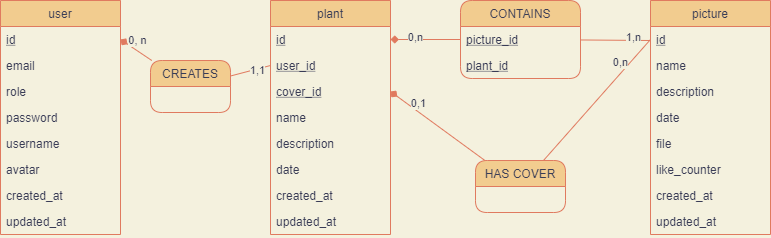
Before: doc/bdd/mld.drawio.png, a diagram exported from draw.io (clemence-ctt/lettuce-seed). Source tidied: cells renumbered, new cells last; positions are measured from the earlier drawing's top-left corner, leaving out a move shared by most shapes. The source it was exported from:
```xml
<mxGraphModel background="#F4F1DE">
  <root>
    <mxCell id="0" />
    <mxCell id="1" parent="0" />
    <mxCell id="2" value="user" style="swimlane;fontStyle=0;horizontal=1;startSize=26;fillColor=#F2CC8F;strokeColor=#E07A5F;fontColor=#393C56;" parent="1" vertex="1">
      <mxGeometry width="120" height="234" as="geometry" />
    </mxCell>
    <mxCell id="3" value="id" style="text;strokeColor=none;align=left;verticalAlign=top;spacingLeft=4;spacingRight=4;overflow=hidden;points=[[0,0.5],[1,0.5]];portConstraint=eastwest;fontStyle=4;fontColor=#393C56;" parent="2" vertex="1">
      <mxGeometry y="26" width="120" height="26" as="geometry" />
    </mxCell>
    <mxCell id="4" value="email" style="text;strokeColor=none;align=left;verticalAlign=top;spacingLeft=4;spacingRight=4;overflow=hidden;fontColor=#393C56;" parent="2" vertex="1">
      <mxGeometry y="52" width="120" height="26" as="geometry" />
    </mxCell>
    <mxCell id="5" value="role" style="text;strokeColor=none;align=left;verticalAlign=top;spacingLeft=4;spacingRight=4;overflow=hidden;fontColor=#393C56;" parent="2" vertex="1">
      <mxGeometry y="78" width="120" height="26" as="geometry" />
    </mxCell>
    <mxCell id="6" value="password" style="text;strokeColor=none;align=left;verticalAlign=top;spacingLeft=4;spacingRight=4;overflow=hidden;fontColor=#393C56;" parent="2" vertex="1">
      <mxGeometry y="104" width="120" height="26" as="geometry" />
    </mxCell>
    <mxCell id="7" value="username" style="text;strokeColor=none;align=left;verticalAlign=top;spacingLeft=4;spacingRight=4;overflow=hidden;fontColor=#393C56;" parent="2" vertex="1">
      <mxGeometry y="130" width="120" height="26" as="geometry" />
    </mxCell>
    <mxCell id="8" value="avatar" style="text;strokeColor=none;align=left;verticalAlign=top;spacingLeft=4;spacingRight=4;overflow=hidden;fontColor=#393C56;" parent="2" vertex="1">
      <mxGeometry y="156" width="120" height="26" as="geometry" />
    </mxCell>
    <mxCell id="9" value="created_at" style="text;strokeColor=none;align=left;verticalAlign=top;spacingLeft=4;spacingRight=4;overflow=hidden;fontColor=#393C56;" parent="2" vertex="1">
      <mxGeometry y="182" width="120" height="26" as="geometry" />
    </mxCell>
    <mxCell id="10" value="updated_at" style="text;strokeColor=none;align=left;verticalAlign=top;spacingLeft=4;spacingRight=4;overflow=hidden;fontColor=#393C56;" parent="2" vertex="1">
      <mxGeometry y="208" width="120" height="26" as="geometry" />
    </mxCell>
    <mxCell id="11" value="picture" style="swimlane;fontStyle=0;horizontal=1;startSize=26;fillColor=#F2CC8F;strokeColor=#E07A5F;fontColor=#393C56;" parent="1" vertex="1">
      <mxGeometry x="650" width="120" height="234" as="geometry" />
    </mxCell>
    <mxCell id="12" value="id" style="text;strokeColor=none;align=left;verticalAlign=top;spacingLeft=4;spacingRight=4;overflow=hidden;points=[[0,0.5],[1,0.5]];portConstraint=eastwest;fontStyle=4;fontColor=#393C56;" parent="11" vertex="1">
      <mxGeometry y="26" width="120" height="26" as="geometry" />
    </mxCell>
    <mxCell id="13" value="name" style="text;strokeColor=none;align=left;verticalAlign=top;spacingLeft=4;spacingRight=4;overflow=hidden;fontColor=#393C56;" parent="11" vertex="1">
      <mxGeometry y="52" width="120" height="26" as="geometry" />
    </mxCell>
    <mxCell id="14" value="description" style="text;strokeColor=none;align=left;verticalAlign=top;spacingLeft=4;spacingRight=4;overflow=hidden;fontColor=#393C56;" parent="11" vertex="1">
      <mxGeometry y="78" width="120" height="26" as="geometry" />
    </mxCell>
    <mxCell id="15" value="date" style="text;strokeColor=none;align=left;verticalAlign=top;spacingLeft=4;spacingRight=4;overflow=hidden;fontColor=#393C56;" parent="11" vertex="1">
      <mxGeometry y="104" width="120" height="26" as="geometry" />
    </mxCell>
    <mxCell id="16" value="file" style="text;strokeColor=none;align=left;verticalAlign=top;spacingLeft=4;spacingRight=4;overflow=hidden;fontColor=#393C56;" parent="11" vertex="1">
      <mxGeometry y="130" width="120" height="26" as="geometry" />
    </mxCell>
    <mxCell id="17" value="like_counter" style="text;strokeColor=none;align=left;verticalAlign=top;spacingLeft=4;spacingRight=4;overflow=hidden;fontColor=#393C56;" parent="11" vertex="1">
      <mxGeometry y="156" width="120" height="26" as="geometry" />
    </mxCell>
    <mxCell id="18" value="created_at" style="text;strokeColor=none;align=left;verticalAlign=top;spacingLeft=4;spacingRight=4;overflow=hidden;fontColor=#393C56;" parent="11" vertex="1">
      <mxGeometry y="182" width="120" height="26" as="geometry" />
    </mxCell>
    <mxCell id="19" value="updated_at" style="text;strokeColor=none;align=left;verticalAlign=top;spacingLeft=4;spacingRight=4;overflow=hidden;fontColor=#393C56;" parent="11" vertex="1">
      <mxGeometry y="208" width="120" height="26" as="geometry" />
    </mxCell>
    <mxCell id="20" style="endArrow=none;html=1;rounded=1;startArrow=diamond;startFill=1;exitX=1;exitY=0.5;exitDx=0;exitDy=0;labelBackgroundColor=#F4F1DE;strokeColor=#E07A5F;fontColor=#393C56;" parent="1" edge="1" source="3" target="45">
      <mxGeometry relative="1" as="geometry" />
    </mxCell>
    <mxCell id="21" value="0, n" style="edgeLabel;html=1;align=center;verticalAlign=middle;labelBackgroundColor=#F4F1DE;fontColor=#393C56;" parent="20" vertex="1">
      <mxGeometry x="-0.78" y="2" relative="1" as="geometry">
        <mxPoint x="12" as="offset" />
      </mxGeometry>
    </mxCell>
    <mxCell id="22" value="plant" style="swimlane;fontStyle=0;horizontal=1;startSize=26;fillColor=#F2CC8F;strokeColor=#E07A5F;fontColor=#393C56;" parent="1" vertex="1">
      <mxGeometry x="270" width="120" height="234" as="geometry" />
    </mxCell>
    <mxCell id="23" value="id" style="text;strokeColor=none;align=left;verticalAlign=top;spacingLeft=4;spacingRight=4;overflow=hidden;points=[[0,0.5],[1,0.5]];portConstraint=eastwest;fontStyle=4;fontColor=#393C56;" parent="22" vertex="1">
      <mxGeometry y="26" width="120" height="26" as="geometry" />
    </mxCell>
    <mxCell id="24" value="user_id" style="text;strokeColor=none;align=left;verticalAlign=top;spacingLeft=4;spacingRight=4;overflow=hidden;points=[[0,0.5],[1,0.5]];portConstraint=eastwest;fontStyle=4;fontColor=#393C56;" parent="22" vertex="1">
      <mxGeometry y="52" width="120" height="26" as="geometry" />
    </mxCell>
    <mxCell id="25" value="cover_id" style="text;strokeColor=none;align=left;verticalAlign=top;spacingLeft=4;spacingRight=4;overflow=hidden;points=[[0,0.5],[1,0.5]];portConstraint=eastwest;fontStyle=4;fontColor=#393C56;" parent="22" vertex="1">
      <mxGeometry y="78" width="120" height="26" as="geometry" />
    </mxCell>
    <mxCell id="26" value="name" style="text;strokeColor=none;align=left;verticalAlign=top;spacingLeft=4;spacingRight=4;overflow=hidden;fontColor=#393C56;" parent="22" vertex="1">
      <mxGeometry y="104" width="120" height="26" as="geometry" />
    </mxCell>
    <mxCell id="27" value="description" style="text;strokeColor=none;align=left;verticalAlign=top;spacingLeft=4;spacingRight=4;overflow=hidden;fontColor=#393C56;" parent="22" vertex="1">
      <mxGeometry y="130" width="120" height="26" as="geometry" />
    </mxCell>
    <mxCell id="28" value="date" style="text;strokeColor=none;align=left;verticalAlign=top;spacingLeft=4;spacingRight=4;overflow=hidden;fontColor=#393C56;" parent="22" vertex="1">
      <mxGeometry y="156" width="120" height="26" as="geometry" />
    </mxCell>
    <mxCell id="29" value="created_at" style="text;strokeColor=none;align=left;verticalAlign=top;spacingLeft=4;spacingRight=4;overflow=hidden;fontColor=#393C56;" parent="22" vertex="1">
      <mxGeometry y="182" width="120" height="26" as="geometry" />
    </mxCell>
    <mxCell id="30" value="updated_at" style="text;strokeColor=none;align=left;verticalAlign=top;spacingLeft=4;spacingRight=4;overflow=hidden;fontColor=#393C56;" parent="22" vertex="1">
      <mxGeometry y="208" width="120" height="26" as="geometry" />
    </mxCell>
    <mxCell id="31" style="endArrow=none;html=1;startArrow=diamond;startFill=1;endFill=0;exitX=1;exitY=0.5;exitDx=0;exitDy=0;labelBackgroundColor=#F4F1DE;strokeColor=#E07A5F;fontColor=#393C56;" parent="1" edge="1" source="23" target="35">
      <mxGeometry relative="1" as="geometry" />
    </mxCell>
    <mxCell id="32" value="0,n" style="edgeLabel;html=1;align=center;verticalAlign=middle;labelBackgroundColor=#F4F1DE;fontColor=#393C56;" parent="31" vertex="1">
      <mxGeometry x="-0.71" relative="1" as="geometry">
        <mxPoint x="14" y="-3" as="offset" />
      </mxGeometry>
    </mxCell>
    <mxCell id="33" style="endArrow=diamond;html=1;startArrow=none;startFill=0;endFill=1;entryX=1;entryY=0.5;entryDx=0;entryDy=0;labelBackgroundColor=#F4F1DE;strokeColor=#E07A5F;fontColor=#393C56;" parent="1" edge="1" source="38" target="25">
      <mxGeometry relative="1" as="geometry" />
    </mxCell>
    <mxCell id="34" value="0,1" style="edgeLabel;html=1;align=center;verticalAlign=middle;labelBackgroundColor=#F4F1DE;fontColor=#393C56;" parent="33" vertex="1">
      <mxGeometry x="0.7" y="-2" relative="1" as="geometry">
        <mxPoint x="13" y="3" as="offset" />
      </mxGeometry>
    </mxCell>
    <mxCell id="35" value="CONTAINS" style="swimlane;fontStyle=0;horizontal=1;startSize=26;glass=0;rounded=1;fillColor=#F2CC8F;strokeColor=#E07A5F;fontColor=#393C56;" parent="1" vertex="1">
      <mxGeometry x="460" width="120" height="78" as="geometry" />
    </mxCell>
    <mxCell id="36" value="picture_id" style="text;strokeColor=none;align=left;verticalAlign=top;spacingLeft=4;spacingRight=4;overflow=hidden;fontStyle=4;fontColor=#393C56;" parent="35" vertex="1">
      <mxGeometry y="26" width="120" height="26" as="geometry" />
    </mxCell>
    <mxCell id="37" value="plant_id" style="text;align=left;verticalAlign=top;spacingLeft=4;spacingRight=4;overflow=hidden;fontStyle=4;rounded=1;strokeWidth=0;fontColor=#393C56;" parent="35" vertex="1">
      <mxGeometry y="52" width="120" height="26" as="geometry" />
    </mxCell>
    <mxCell id="38" value="HAS COVER" style="swimlane;fontStyle=0;horizontal=1;startSize=26;glass=0;rounded=1;fillColor=#F2CC8F;strokeColor=#E07A5F;fontColor=#393C56;" parent="1" vertex="1">
      <mxGeometry x="475" y="160" width="90" height="52" as="geometry" />
    </mxCell>
    <mxCell id="39" style="endArrow=none;html=1;startArrow=none;startFill=0;endFill=0;entryX=0;entryY=0.5;entryDx=0;entryDy=0;labelBackgroundColor=#F4F1DE;strokeColor=#E07A5F;fontColor=#393C56;" parent="1" edge="1" source="38" target="12">
      <mxGeometry relative="1" as="geometry" />
    </mxCell>
    <mxCell id="40" value="0,n" style="edgeLabel;html=1;align=center;verticalAlign=middle;labelBackgroundColor=#F4F1DE;fontColor=#393C56;" parent="39" vertex="1">
      <mxGeometry x="0.76" y="4" relative="1" as="geometry">
        <mxPoint x="-15" y="11" as="offset" />
      </mxGeometry>
    </mxCell>
    <mxCell id="41" style="endArrow=none;html=1;startArrow=none;startFill=0;endFill=0;labelBackgroundColor=#F4F1DE;strokeColor=#E07A5F;fontColor=#393C56;" parent="1" edge="1" source="35">
      <mxGeometry relative="1" as="geometry">
        <mxPoint x="650" y="40" as="targetPoint" />
      </mxGeometry>
    </mxCell>
    <mxCell id="42" value="1,n" style="edgeLabel;html=1;align=center;verticalAlign=middle;labelBackgroundColor=#F4F1DE;fontColor=#393C56;" parent="41" vertex="1">
      <mxGeometry x="0.48" y="3" relative="1" as="geometry" />
    </mxCell>
    <mxCell id="43" style="rounded=0;jettySize=auto;html=1;startArrow=none;startFill=0;endArrow=none;endFill=0;entryX=0;entryY=0.5;entryDx=0;entryDy=0;labelBackgroundColor=#F4F1DE;strokeColor=#E07A5F;fontColor=#393C56;" parent="1" edge="1" source="45" target="24">
      <mxGeometry relative="1" as="geometry" />
    </mxCell>
    <mxCell id="44" value="1,1" style="edgeLabel;html=1;align=center;verticalAlign=middle;labelBackgroundColor=#F4F1DE;fontColor=#393C56;" parent="43" vertex="1">
      <mxGeometry x="0.31" y="-1" relative="1" as="geometry" />
    </mxCell>
    <mxCell id="45" value="CREATES" style="swimlane;fontStyle=0;horizontal=1;startSize=26;fillColor=#F2CC8F;glass=0;rounded=1;strokeColor=#E07A5F;fontColor=#393C56;" parent="1" vertex="1">
      <mxGeometry x="150" y="60" width="80" height="52" as="geometry" />
    </mxCell>
    <mxCell id="46" style="edgeStyle=none;rounded=0;orthogonalLoop=1;jettySize=auto;html=1;exitX=0.5;exitY=0;exitDx=0;exitDy=0;fontColor=#393C56;startArrow=none;startFill=0;endArrow=none;endFill=0;labelBackgroundColor=#F4F1DE;strokeColor=#E07A5F;" parent="1" edge="1" source="35" target="35">
      <mxGeometry relative="1" as="geometry" />
    </mxCell>
  </root>
</mxGraphModel>
```
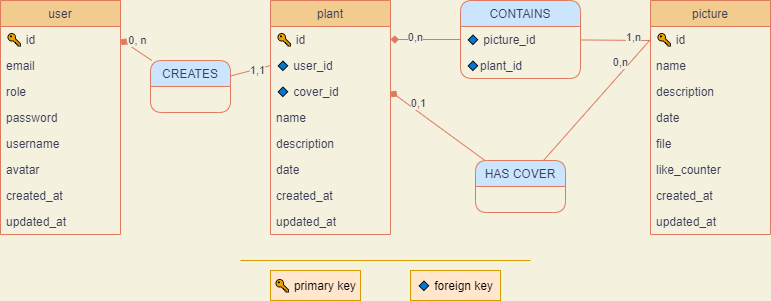
Above is the later version.

Diff of the diagram source:
```diff
@@ -5,7 +5,7 @@
     <mxCell id="2" value="user" style="swimlane;fontStyle=0;horizontal=1;startSize=26;fillColor=#F2CC8F;strokeColor=#E07A5F;fontColor=#393C56;" parent="1" vertex="1">
       <mxGeometry width="120" height="234" as="geometry" />
     </mxCell>
-    <mxCell id="3" value="id" style="text;strokeColor=none;align=left;verticalAlign=top;spacingLeft=4;spacingRight=4;overflow=hidden;points=[[0,0.5],[1,0.5]];portConstraint=eastwest;fontStyle=4;fontColor=#393C56;" parent="2" vertex="1">
+    <mxCell id="3" value="🔑 id" style="text;strokeColor=none;align=left;verticalAlign=top;spacingLeft=4;spacingRight=4;overflow=hidden;points=[[0,0.5],[1,0.5]];portConstraint=eastwest;fontStyle=0;fontColor=#393C56;" parent="2" vertex="1">
       <mxGeometry y="26" width="120" height="26" as="geometry" />
     </mxCell>
     <mxCell id="4" value="email" style="text;strokeColor=none;align=left;verticalAlign=top;spacingLeft=4;spacingRight=4;overflow=hidden;fontColor=#393C56;" parent="2" vertex="1">
@@ -32,7 +32,7 @@
     <mxCell id="11" value="picture" style="swimlane;fontStyle=0;horizontal=1;startSize=26;fillColor=#F2CC8F;strokeColor=#E07A5F;fontColor=#393C56;" parent="1" vertex="1">
       <mxGeometry x="650" width="120" height="234" as="geometry" />
     </mxCell>
-    <mxCell id="12" value="id" style="text;strokeColor=none;align=left;verticalAlign=top;spacingLeft=4;spacingRight=4;overflow=hidden;points=[[0,0.5],[1,0.5]];portConstraint=eastwest;fontStyle=4;fontColor=#393C56;" parent="11" vertex="1">
+    <mxCell id="12" value="🔑 id" style="text;strokeColor=none;align=left;verticalAlign=top;spacingLeft=4;spacingRight=4;overflow=hidden;points=[[0,0.5],[1,0.5]];portConstraint=eastwest;fontStyle=0;fontColor=#393C56;" parent="11" vertex="1">
       <mxGeometry y="26" width="120" height="26" as="geometry" />
     </mxCell>
     <mxCell id="13" value="name" style="text;strokeColor=none;align=left;verticalAlign=top;spacingLeft=4;spacingRight=4;overflow=hidden;fontColor=#393C56;" parent="11" vertex="1">
@@ -67,13 +67,13 @@
     <mxCell id="22" value="plant" style="swimlane;fontStyle=0;horizontal=1;startSize=26;fillColor=#F2CC8F;strokeColor=#E07A5F;fontColor=#393C56;" parent="1" vertex="1">
       <mxGeometry x="270" width="120" height="234" as="geometry" />
     </mxCell>
-    <mxCell id="23" value="id" style="text;strokeColor=none;align=left;verticalAlign=top;spacingLeft=4;spacingRight=4;overflow=hidden;points=[[0,0.5],[1,0.5]];portConstraint=eastwest;fontStyle=4;fontColor=#393C56;" parent="22" vertex="1">
+    <mxCell id="23" value="🔑 id" style="text;strokeColor=none;align=left;verticalAlign=top;spacingLeft=4;spacingRight=4;overflow=hidden;points=[[0,0.5],[1,0.5]];portConstraint=eastwest;fontStyle=0;fontColor=#393C56;" parent="22" vertex="1">
       <mxGeometry y="26" width="120" height="26" as="geometry" />
     </mxCell>
-    <mxCell id="24" value="user_id" style="text;strokeColor=none;align=left;verticalAlign=top;spacingLeft=4;spacingRight=4;overflow=hidden;points=[[0,0.5],[1,0.5]];portConstraint=eastwest;fontStyle=4;fontColor=#393C56;" parent="22" vertex="1">
+    <mxCell id="24" value="🔹 user_id" style="text;strokeColor=none;align=left;verticalAlign=top;spacingLeft=4;spacingRight=4;overflow=hidden;points=[[0,0.5],[1,0.5]];portConstraint=eastwest;fontStyle=0;fontColor=#393C56;" parent="22" vertex="1">
       <mxGeometry y="52" width="120" height="26" as="geometry" />
     </mxCell>
-    <mxCell id="25" value="cover_id" style="text;strokeColor=none;align=left;verticalAlign=top;spacingLeft=4;spacingRight=4;overflow=hidden;points=[[0,0.5],[1,0.5]];portConstraint=eastwest;fontStyle=4;fontColor=#393C56;" parent="22" vertex="1">
+    <mxCell id="25" value="🔹 cover_id" style="text;strokeColor=none;align=left;verticalAlign=top;spacingLeft=4;spacingRight=4;overflow=hidden;points=[[0,0.5],[1,0.5]];portConstraint=eastwest;fontStyle=0;fontColor=#393C56;" parent="22" vertex="1">
       <mxGeometry y="78" width="120" height="26" as="geometry" />
     </mxCell>
     <mxCell id="26" value="name" style="text;strokeColor=none;align=left;verticalAlign=top;spacingLeft=4;spacingRight=4;overflow=hidden;fontColor=#393C56;" parent="22" vertex="1">
@@ -107,16 +107,16 @@
         <mxPoint x="13" y="3" as="offset" />
       </mxGeometry>
     </mxCell>
-    <mxCell id="35" value="CONTAINS" style="swimlane;fontStyle=0;horizontal=1;startSize=26;glass=0;rounded=1;fillColor=#F2CC8F;strokeColor=#E07A5F;fontColor=#393C56;" parent="1" vertex="1">
+    <mxCell id="35" value="CONTAINS" style="swimlane;fontStyle=0;horizontal=1;startSize=26;glass=0;rounded=1;strokeColor=#E07A5F;fontColor=#393C56;fillColor=#CCE5FF;" parent="1" vertex="1">
       <mxGeometry x="460" width="120" height="78" as="geometry" />
     </mxCell>
-    <mxCell id="36" value="picture_id" style="text;strokeColor=none;align=left;verticalAlign=top;spacingLeft=4;spacingRight=4;overflow=hidden;fontStyle=4;fontColor=#393C56;" parent="35" vertex="1">
+    <mxCell id="36" value="🔹 picture_id" style="text;strokeColor=none;align=left;verticalAlign=top;spacingLeft=4;spacingRight=4;overflow=hidden;fontStyle=0;fontColor=#393C56;" parent="35" vertex="1">
       <mxGeometry y="26" width="120" height="26" as="geometry" />
     </mxCell>
-    <mxCell id="37" value="plant_id" style="text;align=left;verticalAlign=top;spacingLeft=4;spacingRight=4;overflow=hidden;fontStyle=4;rounded=1;strokeWidth=0;fontColor=#393C56;" parent="35" vertex="1">
+    <mxCell id="37" value="🔹plant_id" style="text;align=left;verticalAlign=top;spacingLeft=4;spacingRight=4;overflow=hidden;fontStyle=0;rounded=1;strokeWidth=0;fontColor=#393C56;" parent="35" vertex="1">
       <mxGeometry y="52" width="120" height="26" as="geometry" />
     </mxCell>
-    <mxCell id="38" value="HAS COVER" style="swimlane;fontStyle=0;horizontal=1;startSize=26;glass=0;rounded=1;fillColor=#F2CC8F;strokeColor=#E07A5F;fontColor=#393C56;" parent="1" vertex="1">
+    <mxCell id="38" value="HAS COVER" style="swimlane;fontStyle=0;horizontal=1;startSize=26;glass=0;rounded=1;strokeColor=#E07A5F;fontColor=#393C56;fillColor=#CCE5FF;" parent="1" vertex="1">
       <mxGeometry x="475" y="160" width="90" height="52" as="geometry" />
     </mxCell>
     <mxCell id="39" style="endArrow=none;html=1;startArrow=none;startFill=0;endFill=0;entryX=0;entryY=0.5;entryDx=0;entryDy=0;labelBackgroundColor=#F4F1DE;strokeColor=#E07A5F;fontColor=#393C56;" parent="1" edge="1" source="38" target="12">
@@ -141,11 +141,23 @@
     <mxCell id="44" value="1,1" style="edgeLabel;html=1;align=center;verticalAlign=middle;labelBackgroundColor=#F4F1DE;fontColor=#393C56;" parent="43" vertex="1">
       <mxGeometry x="0.31" y="-1" relative="1" as="geometry" />
     </mxCell>
-    <mxCell id="45" value="CREATES" style="swimlane;fontStyle=0;horizontal=1;startSize=26;fillColor=#F2CC8F;glass=0;rounded=1;strokeColor=#E07A5F;fontColor=#393C56;" parent="1" vertex="1">
+    <mxCell id="45" value="CREATES" style="swimlane;fontStyle=0;horizontal=1;startSize=26;glass=0;rounded=1;strokeColor=#E07A5F;fontColor=#393C56;fillColor=#CCE5FF;" parent="1" vertex="1">
       <mxGeometry x="150" y="60" width="80" height="52" as="geometry" />
     </mxCell>
     <mxCell id="46" style="edgeStyle=none;rounded=0;orthogonalLoop=1;jettySize=auto;html=1;exitX=0.5;exitY=0;exitDx=0;exitDy=0;fontColor=#393C56;startArrow=none;startFill=0;endArrow=none;endFill=0;labelBackgroundColor=#F4F1DE;strokeColor=#E07A5F;" parent="1" edge="1" source="35" target="35">
       <mxGeometry relative="1" as="geometry" />
     </mxCell>
+    <mxCell id="47" value="🔹 foreign key" style="text;html=1;fillColor=#ffe6cc;align=center;verticalAlign=middle;whiteSpace=wrap;rounded=0;strokeColor=#d79b00;" parent="1" vertex="1">
+      <mxGeometry x="410" y="270" width="90" height="30" as="geometry" />
+    </mxCell>
+    <mxCell id="48" value="🔑 primary key" style="text;html=1;fillColor=#ffe6cc;align=center;verticalAlign=middle;whiteSpace=wrap;rounded=0;strokeColor=#d79b00;" parent="1" vertex="1">
+      <mxGeometry x="270" y="270" width="90" height="30" as="geometry" />
+    </mxCell>
+    <mxCell id="49" style="endArrow=none;html=1;fillColor=#ffe6cc;strokeColor=#d79b00;" parent="1" edge="1">
+      <mxGeometry relative="1" as="geometry">
+        <mxPoint x="240" y="260" as="sourcePoint" />
+        <mxPoint x="530" y="260" as="targetPoint" />
+      </mxGeometry>
+    </mxCell>
   </root>
 </mxGraphModel>
```
